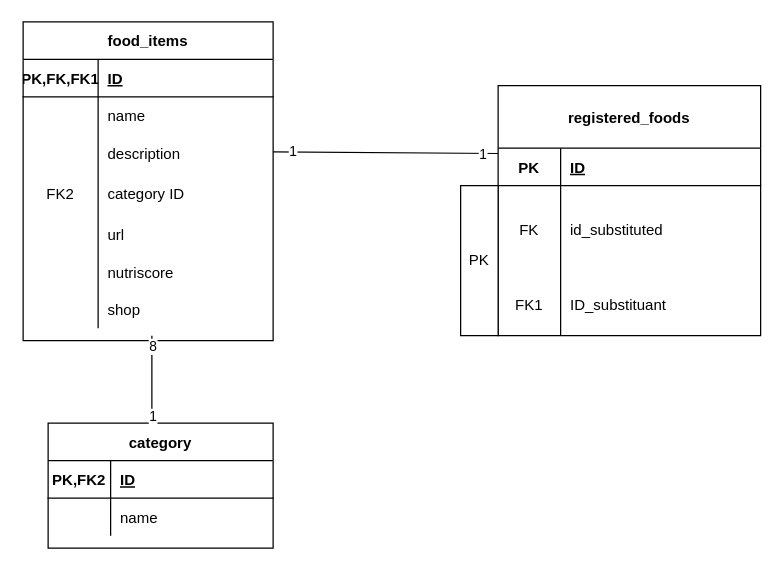
Before: page "Page-10" (10 of 12) of diagrammes réunis.drawio in robindauteuil/Diagramme_UML, a draw.io diagram. Source tidied: cells renumbered, new cells numbered last; positions are measured from the earlier drawing's top-left corner, leaving out a move shared by most shapes. Both pictures are drawn from the tidied source at 125%, with x=0, y=0 at pixel (22, 21).
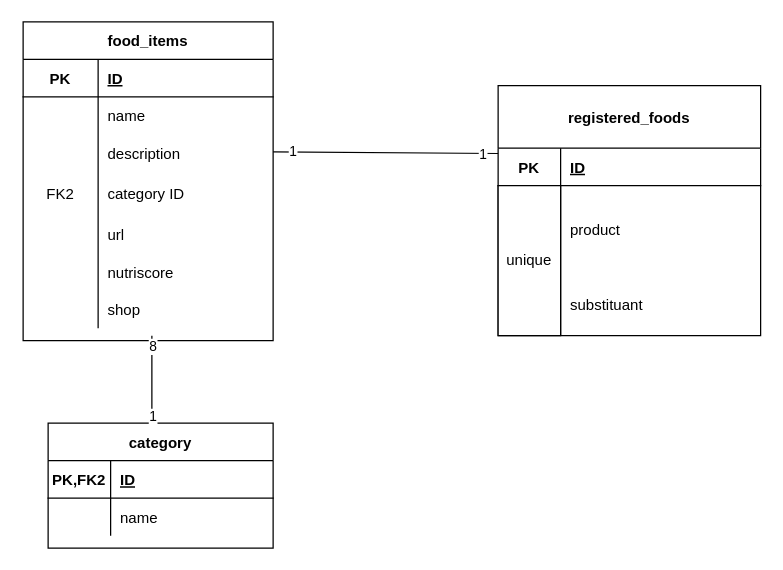
After the change.

Unchanged cells that the change refers to:
```xml
<mxCell id="3" style="shape=partialRectangle;fillColor=none;top=0;left=0;bottom=1;right=0;" parent="2" vertex="1">
  <mxGeometry y="30" width="200" height="30" as="geometry" />
</mxCell>
<mxCell id="28" style="shape=partialRectangle;fillColor=none;top=0;left=0;bottom=0;right=0;" parent="24" vertex="1">
  <mxGeometry y="80" width="210" height="70" as="geometry" />
</mxCell>
<mxCell id="31" style="shape=partialRectangle;fillColor=none;top=0;left=0;bottom=0;right=0;" parent="24" vertex="1">
  <mxGeometry y="150" width="210" height="50" as="geometry" />
</mxCell>
```

Change to the diagram source:
```diff
@@
-    <mxCell id="4" value="PK,FK,FK1" style="shape=partialRectangle;fillColor=none;top=0;left=0;bottom=0;right=0;fontStyle=1;overflow=hidden;" parent="3" vertex="1">
+    <mxCell id="4" value="PK" style="shape=partialRectangle;fillColor=none;top=0;left=0;bottom=0;right=0;fontStyle=1;overflow=hidden;" parent="3" vertex="1">
       <mxGeometry width="60" height="30" as="geometry" />
     </mxCell>
@@
-    <mxCell id="29" value="FK" style="shape=partialRectangle;fillColor=none;top=0;left=0;bottom=0;right=0;overflow=hidden;" parent="28" vertex="1">
+    <mxCell id="29" style="shape=partialRectangle;fillColor=none;top=0;left=0;bottom=0;right=0;overflow=hidden;" parent="28" vertex="1">
       <mxGeometry width="50" height="70" as="geometry" />
     </mxCell>
-    <mxCell id="30" value="id_substituted" style="shape=partialRectangle;fillColor=none;top=0;left=0;bottom=0;right=0;align=left;spacingLeft=6;overflow=hidden;" parent="28" vertex="1">
+    <mxCell id="30" value="product" style="shape=partialRectangle;fillColor=none;top=0;left=0;bottom=0;right=0;align=left;spacingLeft=6;overflow=hidden;" parent="28" vertex="1">
       <mxGeometry x="50" width="160" height="70" as="geometry" />
     </mxCell>
@@
-    <mxCell id="32" value="FK1" style="shape=partialRectangle;fillColor=none;top=0;left=0;bottom=0;right=0;fontStyle=0;overflow=hidden;" parent="31" vertex="1">
+    <mxCell id="32" style="shape=partialRectangle;fillColor=none;top=0;left=0;bottom=0;right=0;fontStyle=0;overflow=hidden;" parent="31" vertex="1">
       <mxGeometry width="50" height="50" as="geometry" />
     </mxCell>
-    <mxCell id="33" value="ID_substituant" style="shape=partialRectangle;fillColor=none;top=0;left=0;bottom=0;right=0;align=left;spacingLeft=6;fontStyle=0;overflow=hidden;" parent="31" vertex="1">
+    <mxCell id="33" value="substituant" style="shape=partialRectangle;fillColor=none;top=0;left=0;bottom=0;right=0;align=left;spacingLeft=6;fontStyle=0;overflow=hidden;" parent="31" vertex="1">
       <mxGeometry x="50" width="160" height="50" as="geometry" />
     </mxCell>
@@
-    <mxCell id="47" value="PK" style="rounded=0;whiteSpace=wrap;html=1;" parent="1" vertex="1">
-      <mxGeometry x="350" y="131" width="30" height="120" as="geometry" />
+    <mxCell id="47" value="unique" style="rounded=0;whiteSpace=wrap;html=1;" parent="1" vertex="1">
+      <mxGeometry x="380" y="131" width="50" height="120" as="geometry" />
     </mxCell>
```
